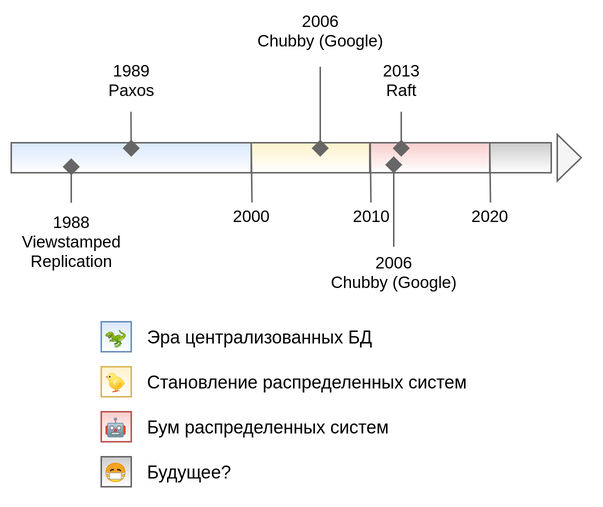
Before: 2020-ru-consensus-algorithms-and-nodejs/slides/images/general-timeline.png, a diagram exported from draw.io (puzpuzpuz/talks). Source tidied: cells renumbered, new cells last; positions are measured from the earlier drawing's top-left corner, leaving out a move shared by most shapes.
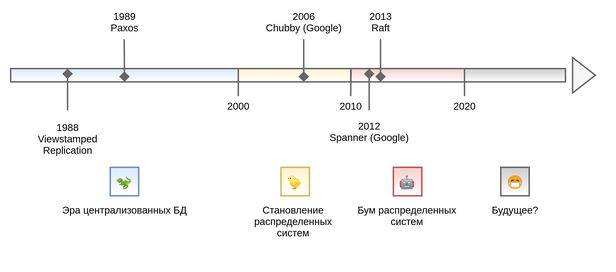
Above is the later version.

Change to the diagram source:
```diff
@@ -3,91 +3,90 @@
     <mxCell id="0" />
     <mxCell id="1" parent="0" />
     <mxCell id="2" style="rounded=0;whiteSpace=wrap;html=1;fillColor=#dae8fc;gradientColor=#ffffff;strokeColor=#666666;" parent="1" vertex="1">
-      <mxGeometry y="50.7" width="160" height="20" as="geometry" />
+      <mxGeometry y="50.7" width="160" height="9.3" as="geometry" />
     </mxCell>
-    <mxCell id="3" value="1988&lt;br&gt;Viewstamped&lt;br&gt;Replication" style="endArrow=diamond;html=1;verticalAlign=top;labelBackgroundColor=none;spacingTop=16;endFill=1;jumpSize=6;endSize=9;strokeColor=#666666;" parent="1" edge="1">
+    <mxCell id="3" value="1988&lt;br style=&quot;font-size: 7px;&quot;&gt;Viewstamped&lt;br style=&quot;font-size: 7px;&quot;&gt;Replication" style="endArrow=diamond;html=1;verticalAlign=top;labelBackgroundColor=none;spacingTop=16;endFill=1;jumpSize=6;endSize=5;strokeColor=#666666;fontSize=7;entryX=0.25;entryY=0;entryDx=0;entryDy=0;startSize=5;" parent="1" edge="1" target="2">
       <mxGeometry relative="1" as="geometry">
-        <mxPoint x="40" y="90.7" as="sourcePoint" />
-        <mxPoint x="40" y="61" as="targetPoint" />
+        <mxPoint x="40" y="80" as="sourcePoint" />
       </mxGeometry>
     </mxCell>
-    <mxCell id="4" value="1989&lt;br&gt;Paxos" style="endArrow=none;html=1;entryX=0.033;entryY=-0.033;entryDx=0;entryDy=0;entryPerimeter=0;verticalAlign=bottom;labelBackgroundColor=none;spacingTop=0;spacingBottom=20;endFill=0;startArrow=diamond;startFill=1;endSize=6;startSize=9;strokeColor=#666666;" parent="1" edge="1">
+    <mxCell id="4" value="1989&lt;br style=&quot;font-size: 7px;&quot;&gt;Paxos" style="endArrow=none;html=1;entryX=0.033;entryY=-0.033;entryDx=0;entryDy=0;entryPerimeter=0;verticalAlign=bottom;labelBackgroundColor=none;spacingTop=0;spacingBottom=16;endFill=0;startArrow=diamond;startFill=1;endSize=6;startSize=5;strokeColor=#666666;fontSize=7;" parent="1" edge="1">
       <mxGeometry relative="1" as="geometry">
         <mxPoint x="80" y="60" as="sourcePoint" />
         <mxPoint x="79.8" y="30" as="targetPoint" />
       </mxGeometry>
     </mxCell>
     <mxCell id="5" style="rounded=0;whiteSpace=wrap;html=1;fillColor=#fff2cc;gradientColor=#ffffff;strokeColor=#666666;" parent="1" vertex="1">
-      <mxGeometry x="160" y="50.7" width="80" height="20" as="geometry" />
+      <mxGeometry x="160" y="50.7" width="80" height="9.3" as="geometry" />
     </mxCell>
-    <mxCell id="6" value="2000" style="endArrow=none;html=1;entryX=0.093;entryY=0.008;entryDx=0;entryDy=0;entryPerimeter=0;verticalAlign=top;labelBackgroundColor=none;spacingTop=16;strokeColor=#666666;" parent="1" edge="1">
+    <mxCell id="6" value="2000" style="endArrow=none;html=1;entryX=0.093;entryY=0.008;entryDx=0;entryDy=0;entryPerimeter=0;verticalAlign=top;labelBackgroundColor=none;spacingTop=7;strokeColor=#666666;fontSize=7;" parent="1" edge="1">
       <mxGeometry relative="1" as="geometry">
-        <mxPoint x="160.5" y="90.5" as="sourcePoint" />
+        <mxPoint x="160" y="70" as="sourcePoint" />
         <mxPoint x="160" y="50.7" as="targetPoint" />
       </mxGeometry>
     </mxCell>
     <mxCell id="7" style="rounded=0;whiteSpace=wrap;html=1;fillColor=#f8cecc;gradientColor=#ffffff;strokeColor=#666666;" parent="1" vertex="1">
-      <mxGeometry x="239" y="50.7" width="80" height="20" as="geometry" />
+      <mxGeometry x="239" y="50.7" width="80" height="9.3" as="geometry" />
     </mxCell>
-    <mxCell id="8" value="2013&lt;br&gt;Raft" style="endArrow=none;html=1;verticalAlign=bottom;labelBackgroundColor=none;spacingTop=0;spacingBottom=20;endFill=0;startArrow=diamond;startFill=1;startSize=9;strokeColor=#666666;" parent="1" edge="1">
+    <mxCell id="8" value="2013&lt;br style=&quot;font-size: 7px;&quot;&gt;Raft" style="endArrow=none;html=1;verticalAlign=bottom;labelBackgroundColor=none;spacingTop=0;spacingBottom=16;endFill=0;startArrow=diamond;startFill=1;startSize=5;strokeColor=#666666;fontSize=7;" parent="1" edge="1">
       <mxGeometry relative="1" as="geometry">
         <mxPoint x="260" y="60" as="sourcePoint" />
         <mxPoint x="260" y="30" as="targetPoint" />
       </mxGeometry>
     </mxCell>
-    <mxCell id="9" value="2010" style="endArrow=none;html=1;entryX=0.093;entryY=0.008;entryDx=0;entryDy=0;entryPerimeter=0;verticalAlign=top;labelBackgroundColor=none;spacingTop=16;strokeColor=#666666;" parent="1" edge="1">
+    <mxCell id="9" value="2010" style="endArrow=none;html=1;entryX=0.093;entryY=0.008;entryDx=0;entryDy=0;entryPerimeter=0;verticalAlign=top;labelBackgroundColor=none;spacingTop=7;strokeColor=#666666;fontSize=7;" parent="1" edge="1">
       <mxGeometry relative="1" as="geometry">
-        <mxPoint x="239.8" y="90.5" as="sourcePoint" />
+        <mxPoint x="239" y="70" as="sourcePoint" />
         <mxPoint x="239.3" y="50.7" as="targetPoint" />
       </mxGeometry>
     </mxCell>
-    <mxCell id="10" value="2006&lt;br&gt;Chubby (Google)" style="endArrow=none;html=1;verticalAlign=bottom;labelBackgroundColor=none;spacingTop=0;spacingBottom=38;endFill=0;startArrow=diamond;startFill=1;startSize=9;strokeColor=#666666;" parent="1" edge="1">
+    <mxCell id="10" value="2006&lt;br style=&quot;font-size: 7px;&quot;&gt;Chubby (Google)" style="endArrow=none;html=1;verticalAlign=bottom;labelBackgroundColor=none;spacingTop=0;spacingBottom=16;endFill=0;startArrow=diamond;startFill=1;startSize=5;strokeColor=#666666;fontSize=7;" parent="1" edge="1">
       <mxGeometry relative="1" as="geometry">
         <mxPoint x="206" y="60" as="sourcePoint" />
-        <mxPoint x="206" as="targetPoint" />
+        <mxPoint x="206" y="30" as="targetPoint" />
       </mxGeometry>
     </mxCell>
     <mxCell id="11" style="rounded=0;whiteSpace=wrap;html=1;fontColor=#333333;gradientColor=#ffffff;fillColor=#CCCCCC;strokeColor=#666666;" parent="1" vertex="1">
-      <mxGeometry x="319" y="50.7" width="41" height="20" as="geometry" />
+      <mxGeometry x="319" y="50.7" width="71" height="9.3" as="geometry" />
     </mxCell>
-    <mxCell id="12" value="2020" style="endArrow=none;html=1;entryX=0.093;entryY=0.008;entryDx=0;entryDy=0;entryPerimeter=0;verticalAlign=top;labelBackgroundColor=none;spacingTop=16;strokeColor=#666666;" parent="1" edge="1">
+    <mxCell id="12" value="2020" style="endArrow=none;html=1;entryX=0.093;entryY=0.008;entryDx=0;entryDy=0;entryPerimeter=0;verticalAlign=top;labelBackgroundColor=none;spacingTop=7;strokeColor=#666666;fontSize=7;" parent="1" edge="1">
       <mxGeometry relative="1" as="geometry">
-        <mxPoint x="319.5" y="90.5" as="sourcePoint" />
+        <mxPoint x="319" y="70" as="sourcePoint" />
         <mxPoint x="319" y="50.7" as="targetPoint" />
       </mxGeometry>
     </mxCell>
-    <mxCell id="13" value="2006&lt;br&gt;Chubby (Google)" style="endArrow=none;html=1;verticalAlign=top;labelBackgroundColor=none;spacingTop=28;spacingBottom=0;endFill=0;startArrow=diamond;startFill=1;startSize=9;strokeColor=#666666;" parent="1" edge="1">
+    <mxCell id="13" value="2012&lt;br style=&quot;font-size: 7px;&quot;&gt;Spanner (Google)" style="endArrow=none;html=1;verticalAlign=top;labelBackgroundColor=none;spacingTop=16;spacingBottom=0;endFill=0;startArrow=diamond;startFill=1;startSize=5;strokeColor=#666666;fontSize=7;" parent="1" edge="1">
       <mxGeometry relative="1" as="geometry">
-        <mxPoint x="255" y="59.7" as="sourcePoint" />
-        <mxPoint x="255" y="120" as="targetPoint" />
+        <mxPoint x="252" y="50.7" as="sourcePoint" />
+        <mxPoint x="252" y="80" as="targetPoint" />
       </mxGeometry>
     </mxCell>
     <mxCell id="14" style="triangle;whiteSpace=wrap;html=1;fillColor=#f5f5f5;strokeColor=#666666;fontColor=#333333;" parent="1" vertex="1">
-      <mxGeometry x="364" y="45.2" width="16" height="31" as="geometry" />
+      <mxGeometry x="395" y="42.9" width="16" height="24.8" as="geometry" />
     </mxCell>
-    <mxCell id="15" value="🦖" style="rounded=0;whiteSpace=wrap;html=1;fillColor=#dae8fc;strokeColor=#6c8ebf;gradientColor=#ffffff;" parent="1" vertex="1">
-      <mxGeometry x="60" y="170" width="20" height="20" as="geometry" />
+    <mxCell id="15" value="🦖" style="rounded=0;whiteSpace=wrap;html=1;fillColor=#dae8fc;strokeColor=#6c8ebf;gradientColor=#ffffff;fontSize=9;" parent="1" vertex="1">
+      <mxGeometry x="70" y="120" width="20" height="20" as="geometry" />
     </mxCell>
-    <mxCell id="16" value="🐤" style="rounded=0;whiteSpace=wrap;html=1;fillColor=#fff2cc;strokeColor=#d6b656;gradientColor=#ffffff;" parent="1" vertex="1">
-      <mxGeometry x="60" y="200" width="20" height="20" as="geometry" />
+    <mxCell id="16" value="🐤" style="rounded=0;whiteSpace=wrap;html=1;fillColor=#fff2cc;strokeColor=#d6b656;gradientColor=#ffffff;fontSize=9;" parent="1" vertex="1">
+      <mxGeometry x="190" y="120" width="20" height="20" as="geometry" />
     </mxCell>
-    <mxCell id="17" value="🤖" style="rounded=0;whiteSpace=wrap;html=1;fillColor=#f8cecc;strokeColor=#b85450;gradientColor=#ffffff;" parent="1" vertex="1">
-      <mxGeometry x="60" y="230" width="20" height="20" as="geometry" />
+    <mxCell id="17" value="🤖" style="rounded=0;whiteSpace=wrap;html=1;fillColor=#f8cecc;strokeColor=#b85450;gradientColor=#ffffff;fontSize=9;" parent="1" vertex="1">
+      <mxGeometry x="269" y="120" width="20" height="20" as="geometry" />
     </mxCell>
-    <mxCell id="18" value="😷" style="rounded=0;whiteSpace=wrap;html=1;strokeColor=#666666;fontColor=#333333;gradientColor=#ffffff;fillColor=#CCCCCC;" parent="1" vertex="1">
-      <mxGeometry x="60" y="260" width="20" height="20" as="geometry" />
+    <mxCell id="18" value="😷" style="rounded=0;whiteSpace=wrap;html=1;strokeColor=#666666;fontColor=#333333;gradientColor=#ffffff;fillColor=#CCCCCC;fontSize=9;" parent="1" vertex="1">
+      <mxGeometry x="344.5" y="120" width="20" height="20" as="geometry" />
     </mxCell>
-    <mxCell id="19" value="Эра централизованных БД" style="text;html=1;strokeColor=none;fillColor=none;align=left;verticalAlign=middle;whiteSpace=wrap;rounded=0;" parent="1" vertex="1">
-      <mxGeometry x="89" y="170" width="251" height="20" as="geometry" />
+    <mxCell id="19" value="Эра централизованных БД" style="text;html=1;strokeColor=none;fillColor=none;align=center;verticalAlign=top;whiteSpace=wrap;rounded=0;fontSize=7;" parent="1" vertex="1">
+      <mxGeometry x="30" y="140" width="101" height="20" as="geometry" />
     </mxCell>
-    <mxCell id="20" value="Становление распределенных систем" style="text;html=1;strokeColor=none;fillColor=none;align=left;verticalAlign=middle;whiteSpace=wrap;rounded=0;" parent="1" vertex="1">
-      <mxGeometry x="89" y="200" width="251" height="20" as="geometry" />
+    <mxCell id="20" value="Становление&lt;br&gt;распределенных систем" style="text;html=1;strokeColor=none;fillColor=none;align=center;verticalAlign=top;whiteSpace=wrap;rounded=0;fontSize=7;" parent="1" vertex="1">
+      <mxGeometry x="159" y="140" width="80" height="40" as="geometry" />
     </mxCell>
-    <mxCell id="21" value="Бум распределенных систем" style="text;html=1;strokeColor=none;fillColor=none;align=left;verticalAlign=middle;whiteSpace=wrap;rounded=0;" parent="1" vertex="1">
-      <mxGeometry x="89" y="230" width="251" height="20" as="geometry" />
+    <mxCell id="21" value="Бум распределенных систем" style="text;html=1;strokeColor=none;fillColor=none;align=center;verticalAlign=top;whiteSpace=wrap;rounded=0;fontSize=7;" parent="1" vertex="1">
+      <mxGeometry x="239" y="140" width="80" height="20" as="geometry" />
     </mxCell>
-    <mxCell id="22" value="Будущее?" style="text;html=1;strokeColor=none;fillColor=none;align=left;verticalAlign=middle;whiteSpace=wrap;rounded=0;" parent="1" vertex="1">
-      <mxGeometry x="89" y="260" width="251" height="20" as="geometry" />
+    <mxCell id="22" value="Будущее?" style="text;html=1;strokeColor=none;fillColor=none;align=center;verticalAlign=top;whiteSpace=wrap;rounded=0;fontSize=7;" parent="1" vertex="1">
+      <mxGeometry x="326.8" y="140" width="55.5" height="20" as="geometry" />
     </mxCell>
   </root>
 </mxGraphModel>
```
